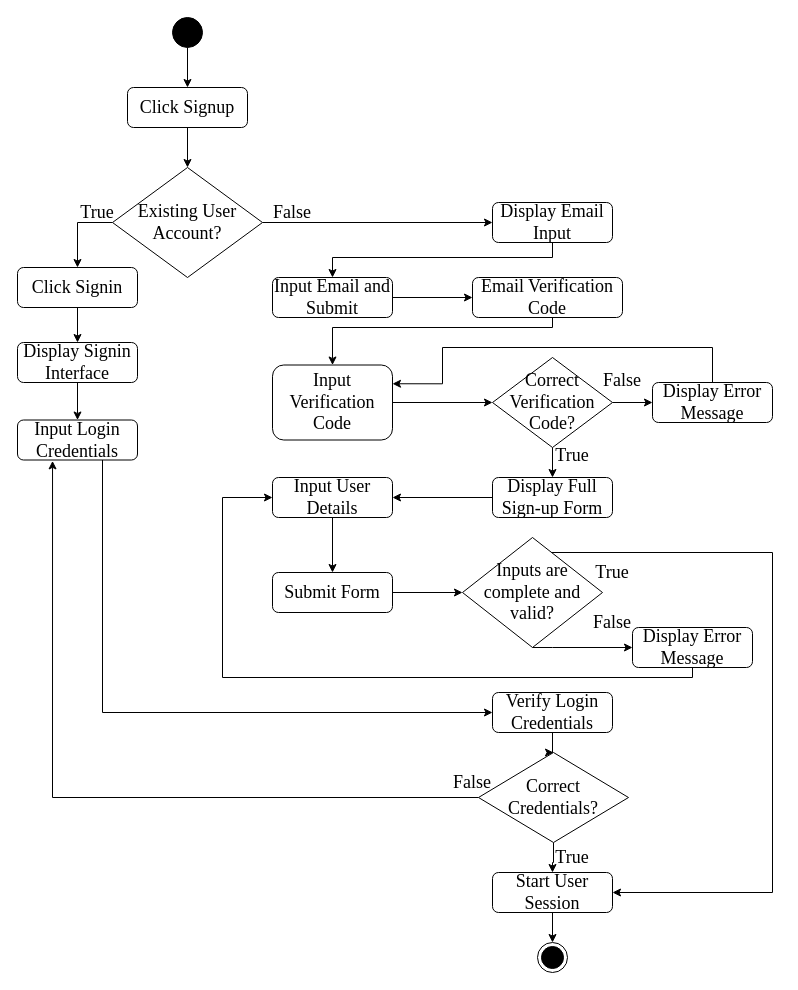
Earlier version of the draw.io diagram page "AccountLoginCreation" (4 of 11) of ConnexUs_Chap3.drawio (gvillanueva01/ConnexUs_diagrams). Source tidied: cells renumbered, new cells numbered last; positions are measured from the earlier drawing's top-left corner, leaving out a move shared by most shapes. Both pictures are drawn from the tidied source at 100%, with x=0, y=0 at pixel (17, 17).
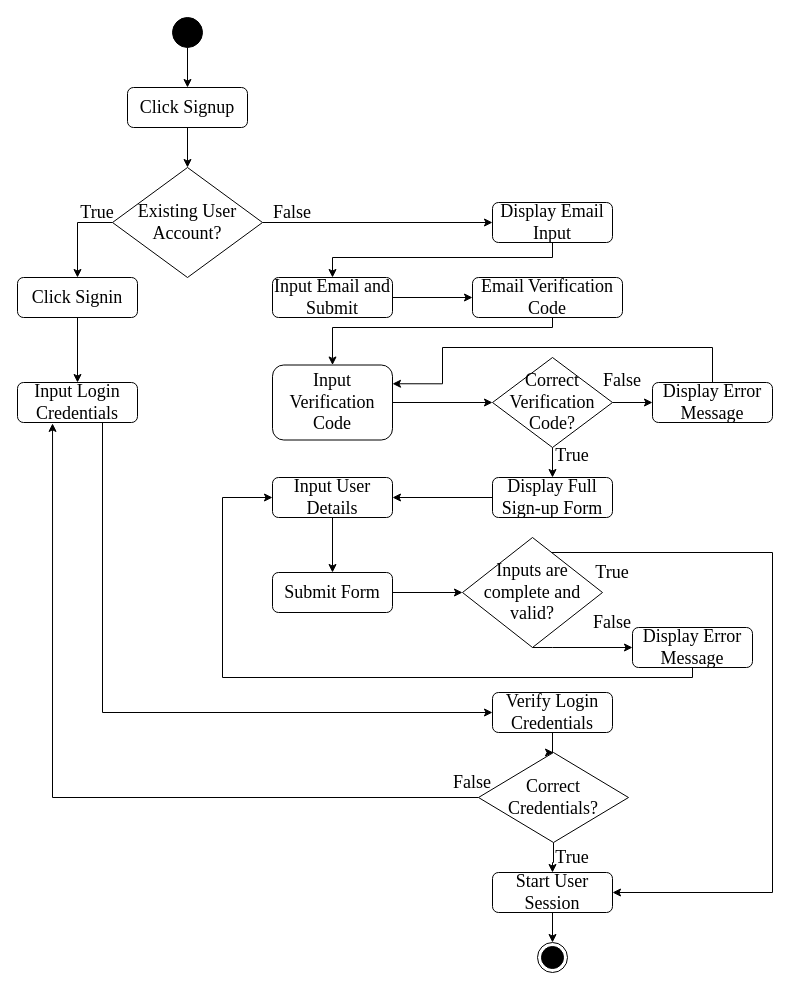
The same page after the edit.

What changed in the source:
```diff
@@
     <mxCell id="15" value="Input Login Credentials" style="rounded=1;whiteSpace=wrap;html=1;fontFamily=Times New Roman;fontSize=18;" parent="1" vertex="1">
-      <mxGeometry y="402.5" width="120" height="40" as="geometry" />
+      <mxGeometry y="365" width="120" height="40" as="geometry" />
     </mxCell>
@@
     <mxCell id="49" value="Click Signin" style="rounded=1;whiteSpace=wrap;html=1;fontFamily=Times New Roman;fontSize=18;" parent="1" vertex="1">
-      <mxGeometry y="250" width="120" height="40" as="geometry" />
+      <mxGeometry y="260" width="120" height="40" as="geometry" />
     </mxCell>
-    <mxCell id="50" value="Display Signin Interface" style="rounded=1;whiteSpace=wrap;html=1;fontFamily=Times New Roman;fontSize=18;" parent="1" vertex="1">
-      <mxGeometry y="325" width="120" height="40" as="geometry" />
-    </mxCell>
-    <mxCell id="51" style="edgeStyle=orthogonalEdgeStyle;rounded=0;jettySize=auto;html=1;exitX=0.5;exitY=1;exitDx=0;exitDy=0;fontSize=18;entryX=0.5;entryY=0;entryDx=0;entryDy=0;" parent="1" edge="1" source="49" target="50">
+    <mxCell id="51" style="edgeStyle=orthogonalEdgeStyle;rounded=0;jettySize=auto;html=1;exitX=0.5;exitY=1;exitDx=0;exitDy=0;fontSize=18;entryX=0.5;entryY=0;entryDx=0;entryDy=0;" parent="1" edge="1" source="49" target="15">
       <mxGeometry relative="1" as="geometry" />
     </mxCell>
-    <mxCell id="52" style="edgeStyle=orthogonalEdgeStyle;rounded=0;jettySize=auto;html=1;exitX=0.5;exitY=1;exitDx=0;exitDy=0;fontSize=18;entryX=0.5;entryY=0;entryDx=0;entryDy=0;" parent="1" edge="1" source="50" target="15">
-      <mxGeometry relative="1" as="geometry" />
-    </mxCell>
```
